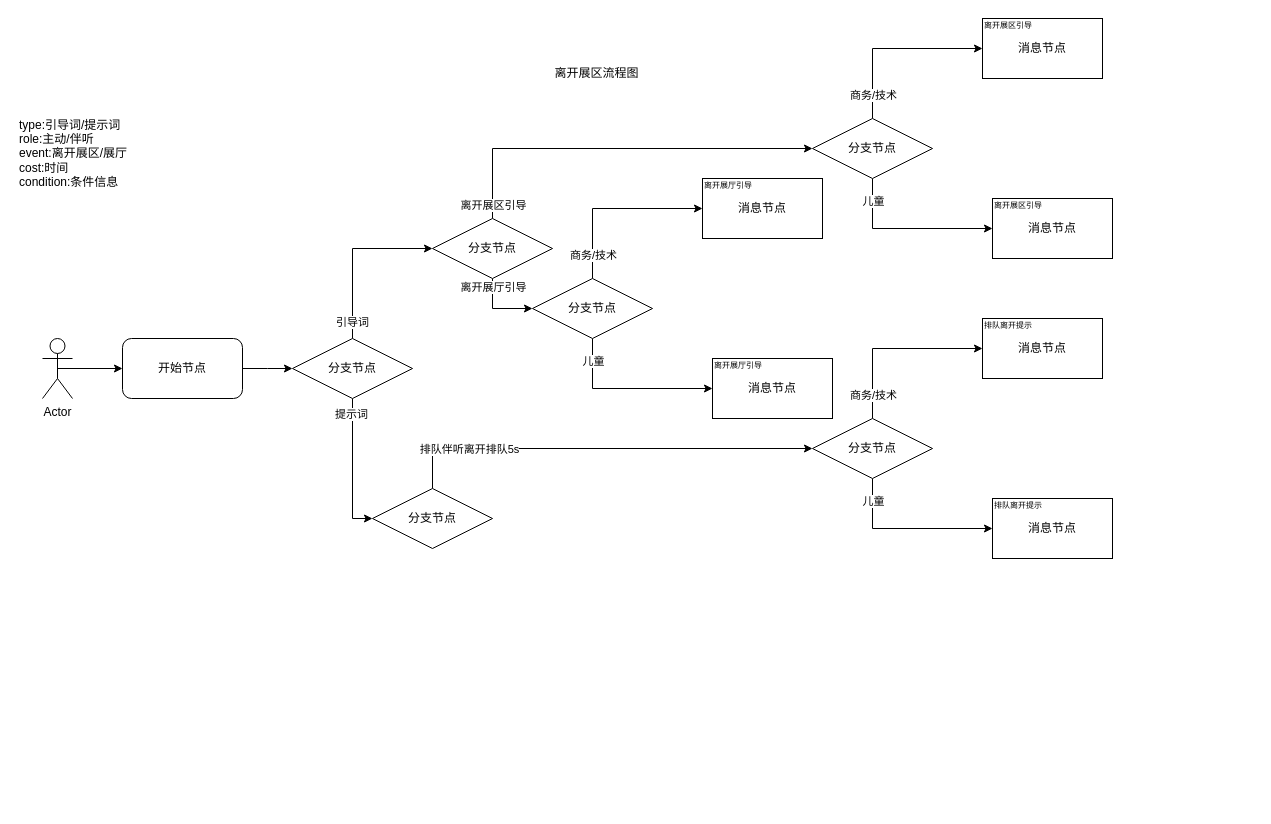
Earlier version of the draw.io diagram 8.离开展厅.drawio (huaxiaojilzg/workflow_draw). Source tidied: cells renumbered, new cells numbered last; positions are measured from the earlier drawing's top-left corner, leaving out a move shared by most shapes. Both pictures are drawn from the tidied source at 100%, with x=0, y=0 at pixel (17, 18).
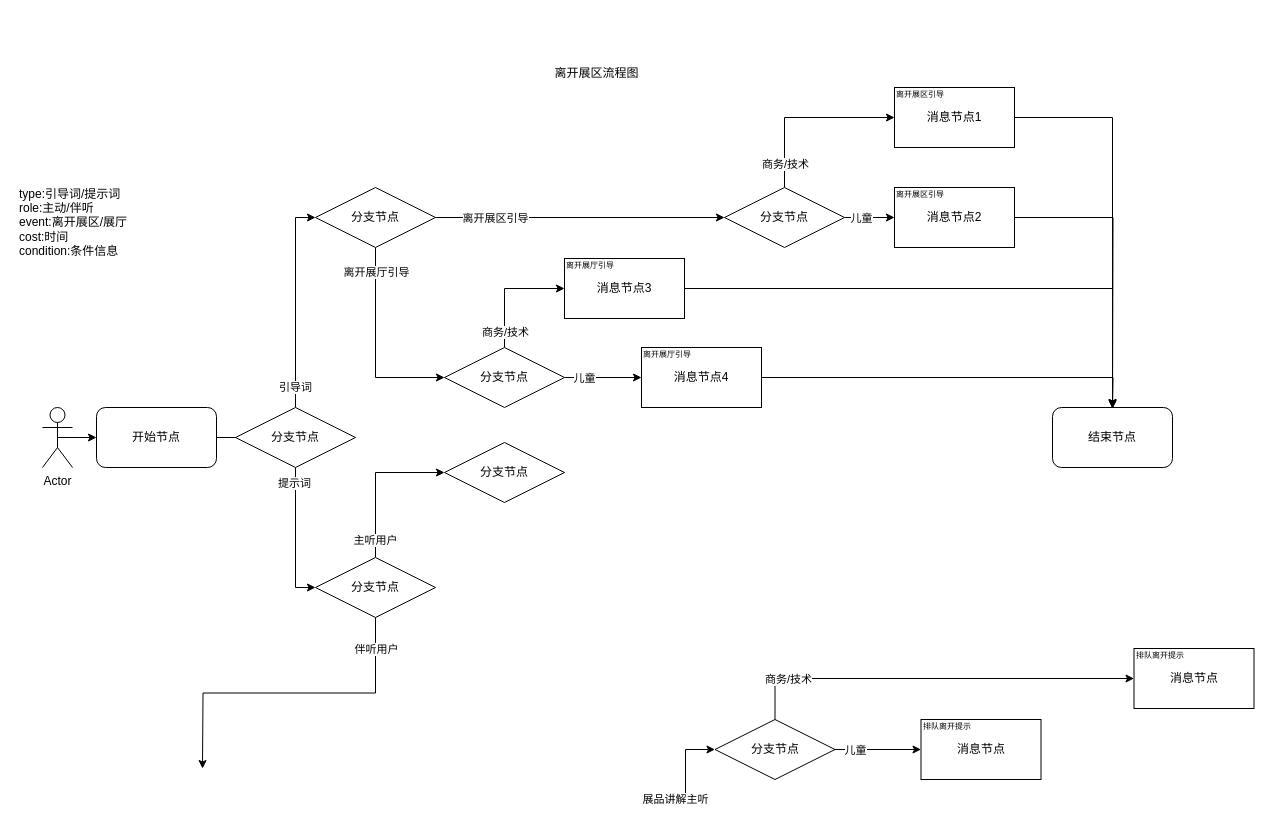
After the change.

Commit message:
更新8.离开展厅.drawio

Change to the diagram source:
```diff
@@
     <mxCell id="3" value="Actor" style="shape=umlActor;verticalLabelPosition=bottom;verticalAlign=top;html=1;outlineConnect=0;" parent="1" vertex="1">
-      <mxGeometry x="25" y="320" width="30" height="60" as="geometry" />
+      <mxGeometry x="25" y="389" width="30" height="60" as="geometry" />
     </mxCell>
     <mxCell id="4" style="edgeStyle=orthogonalEdgeStyle;rounded=0;jettySize=auto;html=1;exitX=1;exitY=0.5;exitDx=0;exitDy=0;" parent="1" edge="1" source="5">
       <mxGeometry relative="1" as="geometry">
-        <mxPoint x="275" y="350" as="targetPoint" />
+        <mxPoint x="275" y="419" as="targetPoint" />
       </mxGeometry>
     </mxCell>
     <mxCell id="5" value="开始节点" style="rounded=1;whiteSpace=wrap;html=1;" parent="1" vertex="1">
-      <mxGeometry x="105" y="320" width="120" height="60" as="geometry" />
+      <mxGeometry x="79" y="389" width="120" height="60" as="geometry" />
     </mxCell>
     <mxCell id="6" value="type:引导词/提示词&lt;div&gt;role:主动/伴听&lt;/div&gt;&lt;div&gt;event:离开展区/展厅&lt;/div&gt;&lt;div&gt;cost:时间&lt;/div&gt;&lt;div&gt;condition:条件信息&lt;/div&gt;" style="text;html=1;align=left;verticalAlign=middle;strokeColor=none;fillColor=none;" parent="1" vertex="1">
-      <mxGeometry y="90" width="130" height="90" as="geometry" />
+      <mxGeometry y="159" width="130" height="90" as="geometry" />
     </mxCell>
@@
     <mxCell id="11" value="分支节点" style="rhombus;whiteSpace=wrap;html=1;" parent="1" vertex="1">
-      <mxGeometry x="275" y="320" width="120" height="60" as="geometry" />
+      <mxGeometry x="218" y="389" width="120" height="60" as="geometry" />
     </mxCell>
@@
-    <mxCell id="15" style="edgeStyle=orthogonalEdgeStyle;rounded=0;jettySize=auto;html=1;exitX=0.5;exitY=1;exitDx=0;exitDy=0;entryX=0;entryY=0.5;entryDx=0;entryDy=0;" parent="1" edge="1" source="17" target="19">
+    <mxCell id="15" style="edgeStyle=orthogonalEdgeStyle;rounded=0;jettySize=auto;html=1;exitX=1;exitY=0.5;exitDx=0;exitDy=0;entryX=0;entryY=0.5;entryDx=0;entryDy=0;" parent="1" edge="1" source="17" target="19">
       <mxGeometry relative="1" as="geometry" />
     </mxCell>
     <mxCell id="16" value="儿童" style="edgeLabel;html=1;align=center;verticalAlign=middle;" parent="15" vertex="1">
-      <mxGeometry x="-0.74" relative="1" as="geometry" />
+      <mxGeometry x="-0.74" relative="1" as="geometry">
+        <mxPoint x="9" as="offset" />
+      </mxGeometry>
     </mxCell>
     <mxCell id="17" value="分支节点" style="rhombus;whiteSpace=wrap;html=1;" parent="1" vertex="1">
-      <mxGeometry x="795" y="100" width="120" height="60" as="geometry" />
+      <mxGeometry x="707" y="169" width="120" height="60" as="geometry" />
     </mxCell>
+    <mxCell id="48" style="edgeStyle=orthogonalEdgeStyle;rounded=0;jettySize=auto;html=1;exitX=1;exitY=0.5;exitDx=0;exitDy=0;" parent="1" edge="1" source="18" target="56">
+      <mxGeometry relative="1" as="geometry" />
+    </mxCell>
-    <mxCell id="18" value="消息节点" style="rounded=0;whiteSpace=wrap;html=1;" parent="1" vertex="1">
-      <mxGeometry x="965" width="120" height="60" as="geometry" />
+    <mxCell id="18" value="消息节点1" style="rounded=0;whiteSpace=wrap;html=1;" parent="1" vertex="1">
+      <mxGeometry x="877" y="69" width="120" height="60" as="geometry" />
     </mxCell>
+    <mxCell id="49" style="edgeStyle=orthogonalEdgeStyle;rounded=0;jettySize=auto;html=1;exitX=1;exitY=0.5;exitDx=0;exitDy=0;" parent="1" edge="1" source="19">
+      <mxGeometry relative="1" as="geometry">
+        <mxPoint x="1095" y="390" as="targetPoint" />
+      </mxGeometry>
+    </mxCell>
-    <mxCell id="19" value="消息节点" style="rounded=0;whiteSpace=wrap;html=1;" parent="1" vertex="1">
-      <mxGeometry x="975" y="180" width="120" height="60" as="geometry" />
+    <mxCell id="19" value="消息节点2" style="rounded=0;whiteSpace=wrap;html=1;" parent="1" vertex="1">
+      <mxGeometry x="877" y="169" width="120" height="60" as="geometry" />
     </mxCell>
     <mxCell id="20" value="&lt;font style=&quot;font-size: 8px;&quot;&gt;离开展区引导&lt;/font&gt;" style="text;html=1;align=left;verticalAlign=middle;whiteSpace=wrap;rounded=0;" parent="1" vertex="1">
-      <mxGeometry x="965" width="70" height="11" as="geometry" />
+      <mxGeometry x="877" y="69" width="70" height="11" as="geometry" />
     </mxCell>
     <mxCell id="21" value="&lt;font style=&quot;font-size: 8px;&quot;&gt;离开展区引导&lt;/font&gt;" style="text;html=1;align=left;verticalAlign=middle;whiteSpace=wrap;rounded=0;" parent="1" vertex="1">
-      <mxGeometry x="975" y="180" width="70" height="11" as="geometry" />
+      <mxGeometry x="877" y="169" width="70" height="11" as="geometry" />
     </mxCell>
@@
-    <mxCell id="24" style="edgeStyle=orthogonalEdgeStyle;rounded=0;jettySize=auto;html=1;exitX=0.5;exitY=1;exitDx=0;exitDy=0;entryX=0;entryY=0.5;entryDx=0;entryDy=0;" parent="1" edge="1" source="26" target="28">
+    <mxCell id="24" style="edgeStyle=orthogonalEdgeStyle;rounded=0;jettySize=auto;html=1;exitX=1;exitY=0.5;exitDx=0;exitDy=0;entryX=0;entryY=0.5;entryDx=0;entryDy=0;" parent="1" edge="1" source="26" target="28">
       <mxGeometry relative="1" as="geometry" />
     </mxCell>
     <mxCell id="25" value="儿童" style="edgeLabel;html=1;align=center;verticalAlign=middle;" parent="24" vertex="1">
-      <mxGeometry x="-0.74" relative="1" as="geometry" />
+      <mxGeometry x="-0.74" relative="1" as="geometry">
+        <mxPoint x="9" as="offset" />
+      </mxGeometry>
     </mxCell>
     <mxCell id="26" value="分支节点" style="rhombus;whiteSpace=wrap;html=1;" parent="1" vertex="1">
-      <mxGeometry x="515" y="260" width="120" height="60" as="geometry" />
+      <mxGeometry x="427" y="329" width="120" height="60" as="geometry" />
     </mxCell>
+    <mxCell id="50" style="edgeStyle=orthogonalEdgeStyle;rounded=0;jettySize=auto;html=1;exitX=1;exitY=0.5;exitDx=0;exitDy=0;entryX=0.5;entryY=0;entryDx=0;entryDy=0;" parent="1" edge="1" source="27" target="56">
+      <mxGeometry relative="1" as="geometry" />
+    </mxCell>
-    <mxCell id="27" value="消息节点" style="rounded=0;whiteSpace=wrap;html=1;" parent="1" vertex="1">
-      <mxGeometry x="685" y="160" width="120" height="60" as="geometry" />
+    <mxCell id="27" value="消息节点3" style="rounded=0;whiteSpace=wrap;html=1;" parent="1" vertex="1">
+      <mxGeometry x="547" y="240" width="120" height="60" as="geometry" />
     </mxCell>
+    <mxCell id="51" style="edgeStyle=orthogonalEdgeStyle;rounded=0;jettySize=auto;html=1;exitX=1;exitY=0.5;exitDx=0;exitDy=0;" parent="1" edge="1" source="28">
+      <mxGeometry relative="1" as="geometry">
+        <mxPoint x="1095" y="390" as="targetPoint" />
+      </mxGeometry>
+    </mxCell>
-    <mxCell id="28" value="消息节点" style="rounded=0;whiteSpace=wrap;html=1;" parent="1" vertex="1">
-      <mxGeometry x="695" y="340" width="120" height="60" as="geometry" />
+    <mxCell id="28" value="消息节点4" style="rounded=0;whiteSpace=wrap;html=1;" parent="1" vertex="1">
+      <mxGeometry x="624" y="329" width="120" height="60" as="geometry" />
     </mxCell>
     <mxCell id="29" value="&lt;font style=&quot;font-size: 8px;&quot;&gt;离开展厅引导&lt;/font&gt;" style="text;html=1;align=left;verticalAlign=middle;whiteSpace=wrap;rounded=0;" parent="1" vertex="1">
-      <mxGeometry x="685" y="160" width="70" height="11" as="geometry" />
+      <mxGeometry x="547" y="240" width="70" height="11" as="geometry" />
     </mxCell>
     <mxCell id="30" value="&lt;font style=&quot;font-size: 8px;&quot;&gt;离开展厅引导&lt;/font&gt;" style="text;html=1;align=left;verticalAlign=middle;whiteSpace=wrap;rounded=0;" parent="1" vertex="1">
-      <mxGeometry x="695" y="340" width="70" height="11" as="geometry" />
+      <mxGeometry x="624" y="329" width="70" height="11" as="geometry" />
     </mxCell>
-    <mxCell id="31" style="edgeStyle=orthogonalEdgeStyle;rounded=0;jettySize=auto;html=1;exitX=0.5;exitY=0;exitDx=0;exitDy=0;entryX=0;entryY=0.5;entryDx=0;entryDy=0;" parent="1" edge="1" source="33" target="43">
-      <mxGeometry relative="1" as="geometry" />
+    <mxCell id="31" style="edgeStyle=orthogonalEdgeStyle;rounded=0;jettySize=auto;html=1;exitX=0.5;exitY=0;exitDx=0;exitDy=0;entryX=0;entryY=0.5;entryDx=0;entryDy=0;" parent="1" edge="1" target="43">
+      <mxGeometry relative="1" as="geometry">
+        <mxPoint x="637.5" y="780" as="sourcePoint" />
+      </mxGeometry>
     </mxCell>
-    <mxCell id="32" value="排队伴听离开排队5s" style="edgeLabel;html=1;align=center;verticalAlign=middle;" parent="31" vertex="1">
+    <mxCell id="32" value="展品讲解主听" style="edgeLabel;html=1;align=center;verticalAlign=middle;" parent="31" vertex="1">
       <mxGeometry x="-0.64" relative="1" as="geometry" />
     </mxCell>
+    <mxCell id="52" style="edgeStyle=orthogonalEdgeStyle;rounded=0;jettySize=auto;html=1;exitX=0.5;exitY=0;exitDx=0;exitDy=0;entryX=0;entryY=0.5;entryDx=0;entryDy=0;" parent="1" edge="1" source="33" target="57">
+      <mxGeometry relative="1" as="geometry" />
+    </mxCell>
+    <mxCell id="53" value="主听用户" style="edgeLabel;html=1;align=center;verticalAlign=middle;" parent="52" vertex="1">
+      <mxGeometry x="-0.77" y="1" relative="1" as="geometry" />
+    </mxCell>
+    <mxCell id="54" style="edgeStyle=orthogonalEdgeStyle;rounded=0;jettySize=auto;html=1;exitX=0.5;exitY=1;exitDx=0;exitDy=0;" parent="1" edge="1" source="33">
+      <mxGeometry relative="1" as="geometry">
+        <mxPoint x="185" y="750" as="targetPoint" />
+      </mxGeometry>
+    </mxCell>
+    <mxCell id="55" value="伴听用户" style="edgeLabel;html=1;align=center;verticalAlign=middle;" parent="54" vertex="1">
+      <mxGeometry x="-0.81" relative="1" as="geometry" />
+    </mxCell>
     <mxCell id="33" value="分支节点" style="rhombus;whiteSpace=wrap;html=1;" parent="1" vertex="1">
-      <mxGeometry x="355" y="470" width="120" height="60" as="geometry" />
+      <mxGeometry x="298" y="539" width="120" height="60" as="geometry" />
     </mxCell>
@@
-    <mxCell id="36" style="edgeStyle=orthogonalEdgeStyle;rounded=0;jettySize=auto;html=1;exitX=0.5;exitY=0;exitDx=0;exitDy=0;entryX=0;entryY=0.5;entryDx=0;entryDy=0;" parent="1" edge="1" source="38" target="17">
+    <mxCell id="36" style="edgeStyle=orthogonalEdgeStyle;rounded=0;jettySize=auto;html=1;exitX=1;exitY=0.5;exitDx=0;exitDy=0;entryX=0;entryY=0.5;entryDx=0;entryDy=0;" parent="1" edge="1" source="38" target="17">
       <mxGeometry relative="1" as="geometry" />
     </mxCell>
     <mxCell id="37" value="离开展区引导" style="edgeLabel;html=1;align=center;verticalAlign=middle;" parent="36" vertex="1">
-      <mxGeometry x="-0.93" relative="1" as="geometry" />
+      <mxGeometry x="-0.93" relative="1" as="geometry">
+        <mxPoint x="49" as="offset" />
+      </mxGeometry>
     </mxCell>
     <mxCell id="38" value="分支节点" style="rhombus;whiteSpace=wrap;html=1;" parent="1" vertex="1">
-      <mxGeometry x="415" y="200" width="120" height="60" as="geometry" />
+      <mxGeometry x="298" y="169" width="120" height="60" as="geometry" />
     </mxCell>
@@
-    <mxCell id="41" style="edgeStyle=orthogonalEdgeStyle;rounded=0;jettySize=auto;html=1;exitX=0.5;exitY=1;exitDx=0;exitDy=0;entryX=0;entryY=0.5;entryDx=0;entryDy=0;" parent="1" edge="1" source="43" target="45">
+    <mxCell id="41" style="edgeStyle=orthogonalEdgeStyle;rounded=0;jettySize=auto;html=1;exitX=1;exitY=0.5;exitDx=0;exitDy=0;entryX=0;entryY=0.5;entryDx=0;entryDy=0;" parent="1" edge="1" source="43" target="45">
       <mxGeometry relative="1" as="geometry" />
     </mxCell>
     <mxCell id="42" value="儿童" style="edgeLabel;html=1;align=center;verticalAlign=middle;" parent="41" vertex="1">
-      <mxGeometry x="-0.74" relative="1" as="geometry" />
+      <mxGeometry x="-0.74" relative="1" as="geometry">
+        <mxPoint x="9" as="offset" />
+      </mxGeometry>
     </mxCell>
     <mxCell id="43" value="分支节点" style="rhombus;whiteSpace=wrap;html=1;" parent="1" vertex="1">
-      <mxGeometry x="795" y="400" width="120" height="60" as="geometry" />
+      <mxGeometry x="697.5" y="701" width="120" height="60" as="geometry" />
     </mxCell>
     <mxCell id="44" value="消息节点" style="rounded=0;whiteSpace=wrap;html=1;" parent="1" vertex="1">
-      <mxGeometry x="965" y="300" width="120" height="60" as="geometry" />
+      <mxGeometry x="1116.5" y="630" width="120" height="60" as="geometry" />
     </mxCell>
     <mxCell id="45" value="消息节点" style="rounded=0;whiteSpace=wrap;html=1;" parent="1" vertex="1">
-      <mxGeometry x="975" y="480" width="120" height="60" as="geometry" />
+      <mxGeometry x="903.5" y="701" width="120" height="60" as="geometry" />
     </mxCell>
     <mxCell id="46" value="&lt;font style=&quot;font-size: 8px;&quot;&gt;排队离开提示&lt;/font&gt;" style="text;html=1;align=left;verticalAlign=middle;whiteSpace=wrap;rounded=0;" parent="1" vertex="1">
-      <mxGeometry x="965" y="300" width="70" height="11" as="geometry" />
+      <mxGeometry x="1116.5" y="630" width="70" height="11" as="geometry" />
     </mxCell>
     <mxCell id="47" value="&lt;font style=&quot;font-size: 8px;&quot;&gt;排队离开提示&lt;/font&gt;" style="text;html=1;align=left;verticalAlign=middle;whiteSpace=wrap;rounded=0;" parent="1" vertex="1">
-      <mxGeometry x="975" y="480" width="70" height="11" as="geometry" />
+      <mxGeometry x="903.5" y="701" width="70" height="11" as="geometry" />
     </mxCell>
+    <mxCell id="56" value="结束节点" style="rounded=1;whiteSpace=wrap;html=1;" parent="1" vertex="1">
+      <mxGeometry x="1035" y="389" width="120" height="60" as="geometry" />
+    </mxCell>
+    <mxCell id="57" value="分支节点" style="rhombus;whiteSpace=wrap;html=1;" parent="1" vertex="1">
+      <mxGeometry x="427" y="424" width="120" height="60" as="geometry" />
+    </mxCell>
```
